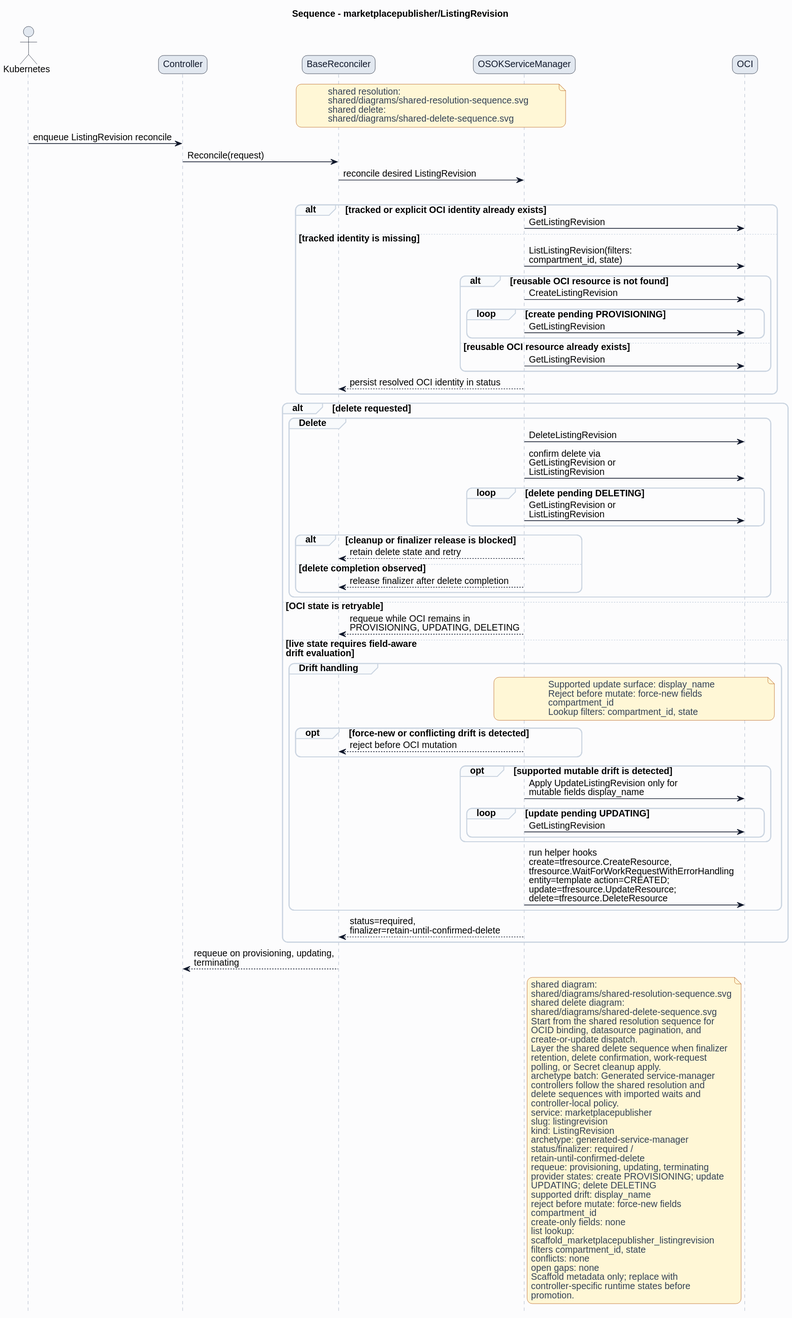
The PlantUML diagram formal/controllers/marketplacepublisher/listingrevision/diagrams/sequence.svg in HaoyL666/oci-service-operator, before a commit. Its diagram source:
```plantuml
@startuml
skinparam shadowing false
skinparam backgroundColor #fcfcfd
skinparam defaultFontName Helvetica
skinparam defaultFontSize 14
skinparam arrowColor #0f172a
skinparam noteBackgroundColor #fff7d6
skinparam noteBorderColor #b45309
skinparam noteFontColor #334155
skinparam roundcorner 16
title Sequence - marketplacepublisher/ListingRevision
hide footbox
skinparam sequence {
  actorBorderColor #0f172a
  actorBackgroundColor #e2e8f0
  participantBorderColor #0f172a
  participantBackgroundColor #e2e8f0
  participantFontColor #0f172a
  lifeLineBorderColor #94a3b8
  groupBorderColor #cbd5e1
  groupBackgroundColor #f8fafc
}
actor Kubernetes
participant Controller
participant BaseReconciler
participant "OSOKServiceManager" as ServiceManager
participant OCI
note over BaseReconciler,ServiceManager
shared resolution:
shared/diagrams/shared-resolution-sequence.svg
shared delete:
shared/diagrams/shared-delete-sequence.svg
end note
Kubernetes -> Controller: enqueue ListingRevision reconcile
Controller -> BaseReconciler: Reconcile(request)
BaseReconciler -> ServiceManager: reconcile desired ListingRevision
group Lookup and bind
alt tracked or explicit OCI identity already exists
ServiceManager -> OCI: GetListingRevision
else tracked identity is missing
ServiceManager -> OCI: ListListingRevision(filters:\ncompartment_id, state)
alt reusable OCI resource is not found
ServiceManager -> OCI: CreateListingRevision
loop create pending PROVISIONING
ServiceManager -> OCI: GetListingRevision
end
else reusable OCI resource already exists
ServiceManager -> OCI: GetListingRevision
end
ServiceManager --> BaseReconciler: persist resolved OCI identity in status
end
alt delete requested
group Delete
ServiceManager -> OCI: DeleteListingRevision
ServiceManager -> OCI: confirm delete via\nGetListingRevision or\nListListingRevision
loop delete pending DELETING
ServiceManager -> OCI: GetListingRevision or\nListListingRevision
end
alt cleanup or finalizer release is blocked
ServiceManager --> BaseReconciler: retain delete state and retry
else delete completion observed
ServiceManager --> BaseReconciler: release finalizer after delete completion
end
end
else OCI state is retryable
ServiceManager --> BaseReconciler: requeue while OCI remains in\nPROVISIONING, UPDATING, DELETING
else live state requires field-aware\ndrift evaluation
group Drift handling
note over ServiceManager,OCI
Supported update surface: display_name
Reject before mutate: force-new fields
compartment_id
Lookup filters: compartment_id, state
end note
opt force-new or conflicting drift is detected
ServiceManager --> BaseReconciler: reject before OCI mutation
end
opt supported mutable drift is detected
ServiceManager -> OCI: Apply UpdateListingRevision only for\nmutable fields display_name
loop update pending UPDATING
ServiceManager -> OCI: GetListingRevision
end
end
ServiceManager -> OCI: run helper hooks\ncreate=tfresource.CreateResource,\ntfresource.WaitForWorkRequestWithErrorHandling\nentity=template action=CREATED;\nupdate=tfresource.UpdateResource;\ndelete=tfresource.DeleteResource
end
ServiceManager --> BaseReconciler: status=required,\nfinalizer=retain-until-confirmed-delete
end
BaseReconciler --> Controller: requeue on provisioning, updating,\nterminating
note right of ServiceManager
shared diagram:
shared/diagrams/shared-resolution-sequence.svg
shared delete diagram:
shared/diagrams/shared-delete-sequence.svg
Start from the shared resolution sequence for
OCID binding, datasource pagination, and
create-or-update dispatch.
Layer the shared delete sequence when finalizer
retention, delete confirmation, work-request
polling, or Secret cleanup apply.
archetype batch: Generated service-manager
controllers follow the shared resolution and
delete sequences with imported waits and
controller-local policy.
service: marketplacepublisher
slug: listingrevision
kind: ListingRevision
archetype: generated-service-manager
status/finalizer: required /
retain-until-confirmed-delete
requeue: provisioning, updating, terminating
provider states: create PROVISIONING; update
UPDATING; delete DELETING
supported drift: display_name
reject before mutate: force-new fields
compartment_id
create-only fields: none
list lookup:
scaffold_marketplacepublisher_listingrevision
filters compartment_id, state
conflicts: none
open gaps: none
Scaffold metadata only; replace with
controller-specific runtime states before
promotion.
end note
@enduml
```
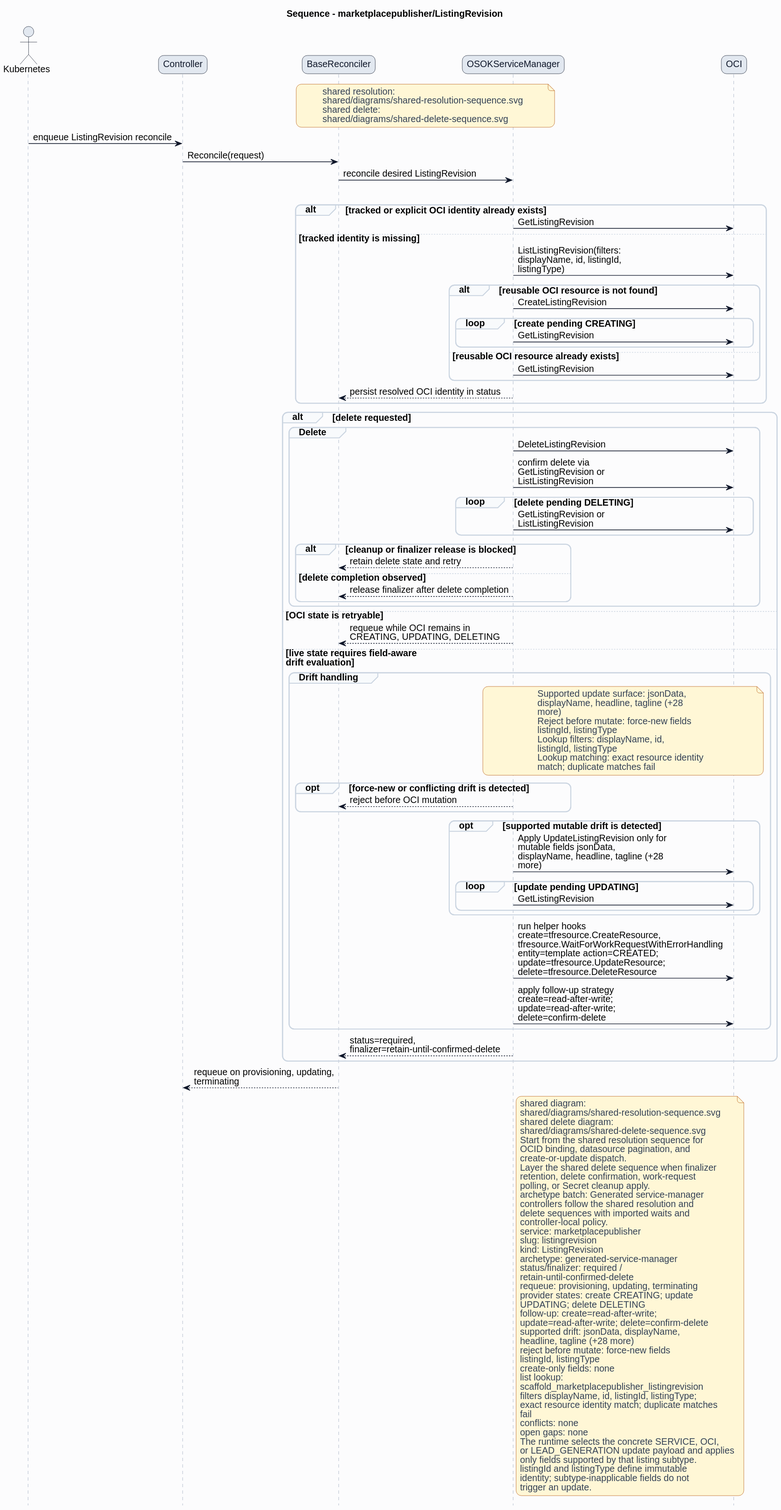
Later version of the same file.

Change to the diagram source:
```diff
@@ -38,10 +38,10 @@
 alt tracked or explicit OCI identity already exists
 ServiceManager -> OCI: GetListingRevision
 else tracked identity is missing
-ServiceManager -> OCI: ListListingRevision(filters:\ncompartment_id, state)
+ServiceManager -> OCI: ListListingRevision(filters:\ndisplayName, id, listingId,\nlistingType)
 alt reusable OCI resource is not found
 ServiceManager -> OCI: CreateListingRevision
-loop create pending PROVISIONING
+loop create pending CREATING
 ServiceManager -> OCI: GetListingRevision
 end
 else reusable OCI resource already exists
@@ -63,25 +63,31 @@
 end
 end
 else OCI state is retryable
-ServiceManager --> BaseReconciler: requeue while OCI remains in\nPROVISIONING, UPDATING, DELETING
+ServiceManager --> BaseReconciler: requeue while OCI remains in\nCREATING, UPDATING, DELETING
 else live state requires field-aware\ndrift evaluation
 group Drift handling
 note over ServiceManager,OCI
-Supported update surface: display_name
+Supported update surface: jsonData,
+displayName, headline, tagline (+28
+more)
 Reject before mutate: force-new fields
-compartment_id
-Lookup filters: compartment_id, state
+listingId, listingType
+Lookup filters: displayName, id,
+listingId, listingType
+Lookup matching: exact resource identity
+match; duplicate matches fail
 end note
 opt force-new or conflicting drift is detected
 ServiceManager --> BaseReconciler: reject before OCI mutation
 end
 opt supported mutable drift is detected
-ServiceManager -> OCI: Apply UpdateListingRevision only for\nmutable fields display_name
+ServiceManager -> OCI: Apply UpdateListingRevision only for\nmutable fields jsonData,\ndisplayName, headline, tagline (+28\nmore)
 loop update pending UPDATING
 ServiceManager -> OCI: GetListingRevision
 end
 end
 ServiceManager -> OCI: run helper hooks\ncreate=tfresource.CreateResource,\ntfresource.WaitForWorkRequestWithErrorHandling\nentity=template action=CREATED;\nupdate=tfresource.UpdateResource;\ndelete=tfresource.DeleteResource
+ServiceManager -> OCI: apply follow-up strategy\ncreate=read-after-write;\nupdate=read-after-write;\ndelete=confirm-delete
 end
 ServiceManager --> BaseReconciler: status=required,\nfinalizer=retain-until-confirmed-delete
 end
@@ -108,19 +114,27 @@
 status/finalizer: required /
 retain-until-confirmed-delete
 requeue: provisioning, updating, terminating
-provider states: create PROVISIONING; update
+provider states: create CREATING; update
 UPDATING; delete DELETING
-supported drift: display_name
+follow-up: create=read-after-write;
+update=read-after-write; delete=confirm-delete
+supported drift: jsonData, displayName,
+headline, tagline (+28 more)
 reject before mutate: force-new fields
-compartment_id
+listingId, listingType
 create-only fields: none
 list lookup:
 scaffold_marketplacepublisher_listingrevision
-filters compartment_id, state
+filters displayName, id, listingId, listingType;
+exact resource identity match; duplicate matches
+fail
 conflicts: none
 open gaps: none
-Scaffold metadata only; replace with
-controller-specific runtime states before
-promotion.
+The runtime selects the concrete SERVICE, OCI,
+or LEAD_GENERATION update payload and applies
+only fields supported by that listing subtype.
+listingId and listingType define immutable
+identity; subtype-inapplicable fields do not
+trigger an update.
 end note
 @enduml
```
